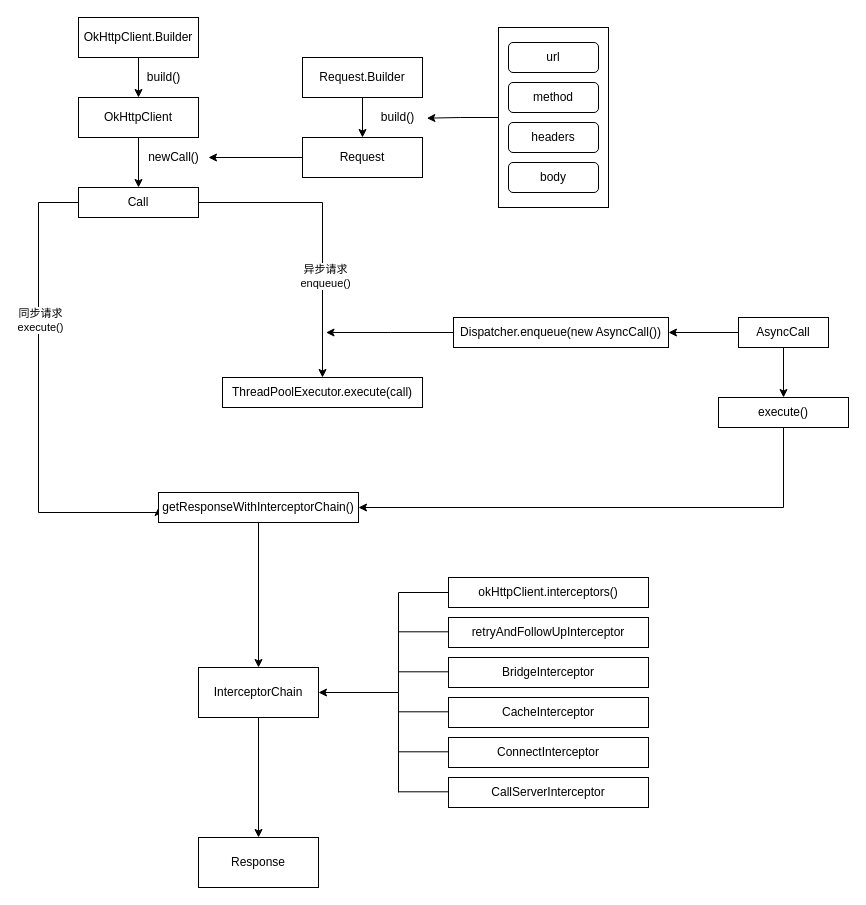
Above: OkHttp-Architecture.drawio in Eanam/PointlessDiagram (draw.io), before the change. Source tidied: cells renumbered, new cells numbered last; positions are measured from the earlier drawing's top-left corner, leaving out a move shared by most shapes. Both pictures are drawn from the tidied source at 100%, with x=0, y=0 at pixel (38, 17).
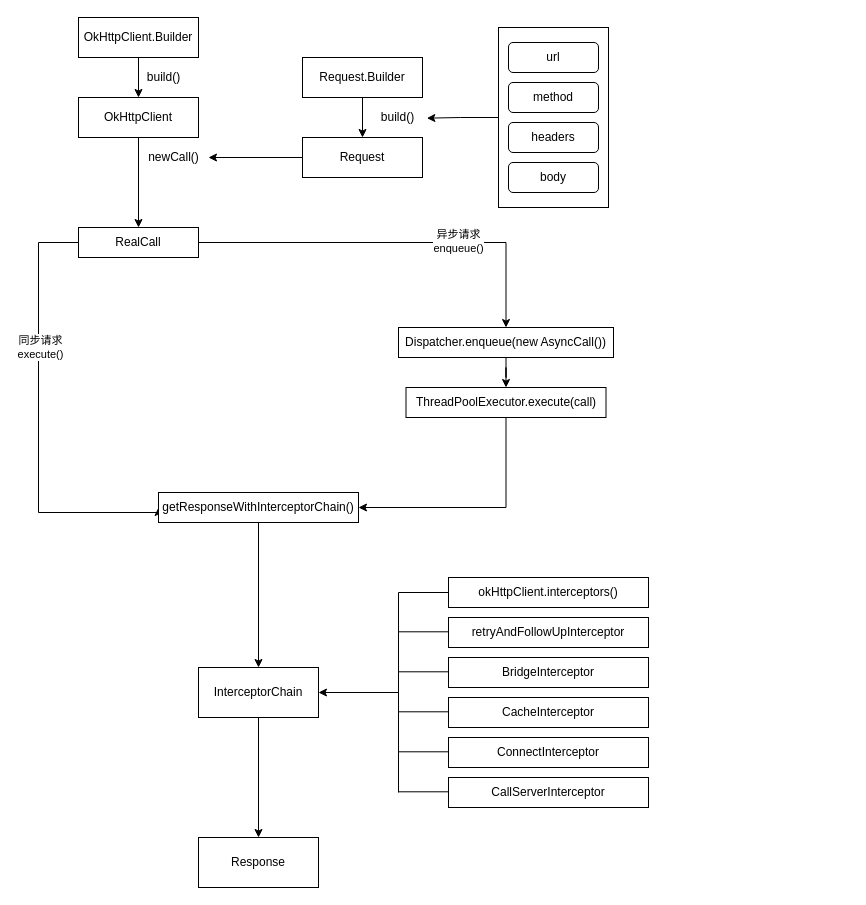
The same diagram, later.

The change refers to these unchanged cells:
```xml
<mxCell id="27" value="getResponseWithInterceptorChain()" style="rounded=0;whiteSpace=wrap;html=1;" parent="1" vertex="1">
  <mxGeometry x="120" y="475" width="200" height="30" as="geometry" />
</mxCell>
```

Change to the diagram source:
```diff
@@
-    <mxCell id="7" style="edgeStyle=orthogonalEdgeStyle;rounded=0;jettySize=auto;html=1;entryX=0.5;entryY=0;entryDx=0;entryDy=0;" parent="1" edge="1" source="11" target="25">
+    <mxCell id="7" style="edgeStyle=orthogonalEdgeStyle;rounded=0;jettySize=auto;html=1;entryX=0.5;entryY=0;entryDx=0;entryDy=0;" parent="1" edge="1" source="11" target="34">
       <mxGeometry relative="1" as="geometry" />
     </mxCell>
@@
     <mxCell id="9" style="edgeStyle=orthogonalEdgeStyle;rounded=0;jettySize=auto;html=1;entryX=0;entryY=0.5;entryDx=0;entryDy=0;exitX=0;exitY=0.5;exitDx=0;exitDy=0;" parent="1" edge="1" source="11" target="27">
       <mxGeometry relative="1" as="geometry">
         <Array as="points">
-          <mxPoint y="185" />
+          <mxPoint y="225" />
           <mxPoint y="495" />
+          <mxPoint x="120" y="495" />
         </Array>
       </mxGeometry>
     </mxCell>
@@
-    <mxCell id="11" value="Call" style="rounded=0;whiteSpace=wrap;html=1;" parent="1" vertex="1">
-      <mxGeometry x="40" y="170" width="120" height="30" as="geometry" />
+    <mxCell id="11" value="RealCall" style="rounded=0;whiteSpace=wrap;html=1;" parent="1" vertex="1">
+      <mxGeometry x="40" y="210" width="120" height="30" as="geometry" />
     </mxCell>
@@
     <mxCell id="25" value="ThreadPoolExecutor.execute(call)" style="rounded=0;whiteSpace=wrap;html=1;" parent="1" vertex="1">
-      <mxGeometry x="184" y="360" width="200" height="30" as="geometry" />
+      <mxGeometry x="367.5" y="370" width="200" height="30" as="geometry" />
     </mxCell>
@@
-    <mxCell id="28" style="edgeStyle=orthogonalEdgeStyle;rounded=0;jettySize=auto;html=1;" parent="1" edge="1" source="30" target="32">
-      <mxGeometry relative="1" as="geometry" />
-    </mxCell>
-    <mxCell id="29" style="edgeStyle=orthogonalEdgeStyle;rounded=0;jettySize=auto;html=1;" parent="1" edge="1" source="30" target="34">
-      <mxGeometry relative="1" as="geometry" />
-    </mxCell>
-    <mxCell id="30" value="AsyncCall" style="rounded=0;whiteSpace=wrap;html=1;" parent="1" vertex="1">
-      <mxGeometry x="700" y="300" width="90" height="30" as="geometry" />
-    </mxCell>
-    <mxCell id="31" style="edgeStyle=orthogonalEdgeStyle;rounded=0;jettySize=auto;html=1;entryX=1;entryY=0.5;entryDx=0;entryDy=0;exitX=0.5;exitY=1;exitDx=0;exitDy=0;" parent="1" edge="1" source="32" target="27">
+    <mxCell id="31" style="edgeStyle=orthogonalEdgeStyle;rounded=0;jettySize=auto;html=1;entryX=1;entryY=0.5;entryDx=0;entryDy=0;exitX=0.5;exitY=1;exitDx=0;exitDy=0;" parent="1" edge="1" source="25" target="27">
       <mxGeometry relative="1" as="geometry" />
     </mxCell>
-    <mxCell id="32" value="execute()" style="rounded=0;whiteSpace=wrap;html=1;" parent="1" vertex="1">
-      <mxGeometry x="680" y="380" width="130" height="30" as="geometry" />
-    </mxCell>
-    <mxCell id="33" style="edgeStyle=orthogonalEdgeStyle;rounded=0;jettySize=auto;html=1;" parent="1" edge="1" source="34">
-      <mxGeometry relative="1" as="geometry">
-        <mxPoint x="287.5" y="315" as="targetPoint" />
-      </mxGeometry>
-    </mxCell>
+    <mxCell id="53" style="edgeStyle=orthogonalEdgeStyle;rounded=0;jettySize=auto;html=1;" parent="1" edge="1" source="34" target="25">
+      <mxGeometry relative="1" as="geometry" />
+    </mxCell>
     <mxCell id="34" value="Dispatcher.enqueue(new AsyncCall())" style="rounded=0;whiteSpace=wrap;html=1;" parent="1" vertex="1">
-      <mxGeometry x="415" y="300" width="215" height="30" as="geometry" />
+      <mxGeometry x="360" y="310" width="215" height="30" as="geometry" />
     </mxCell>
```
